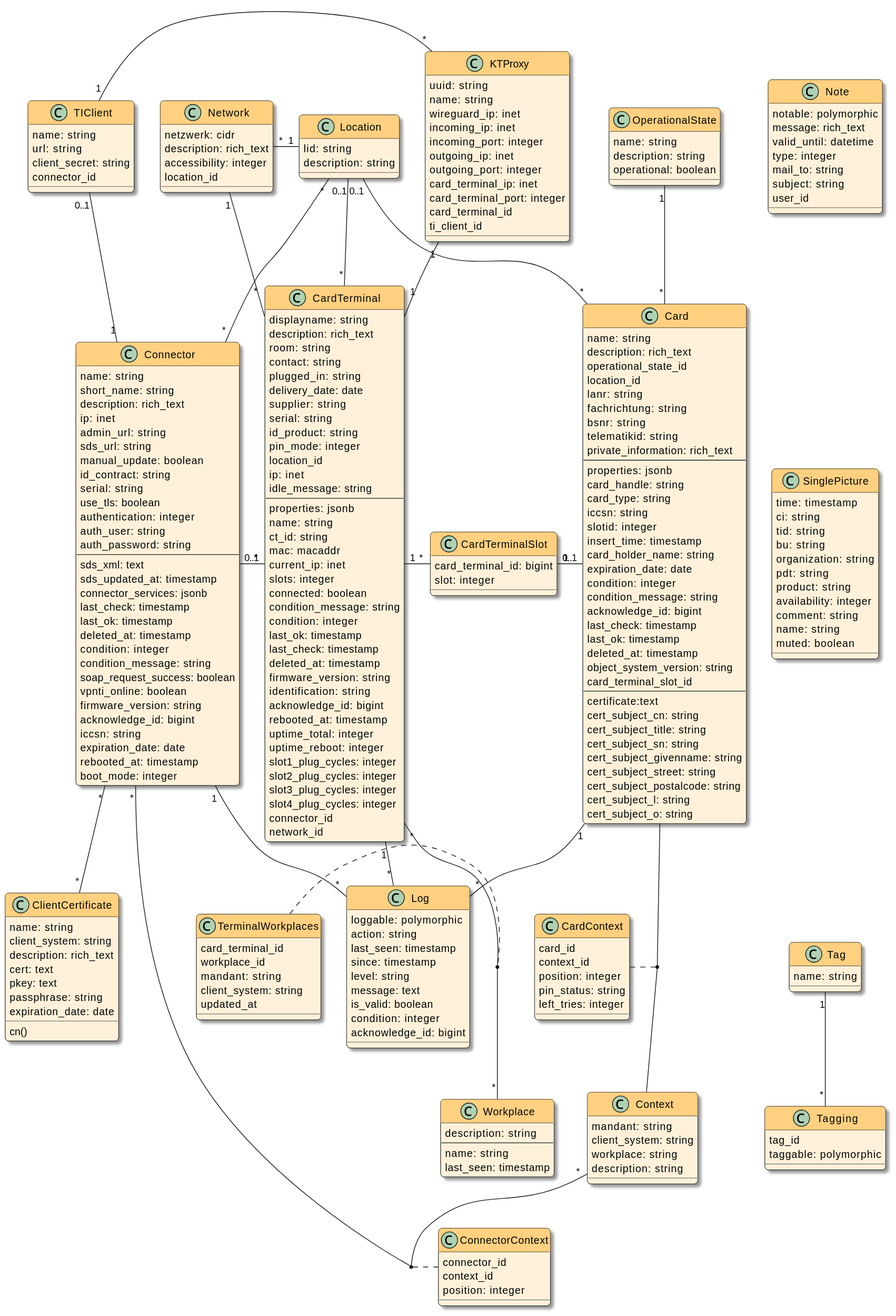
Earlier version of the PlantUML export docs/devnotes/_images/models.svg (swobspace/cocard).
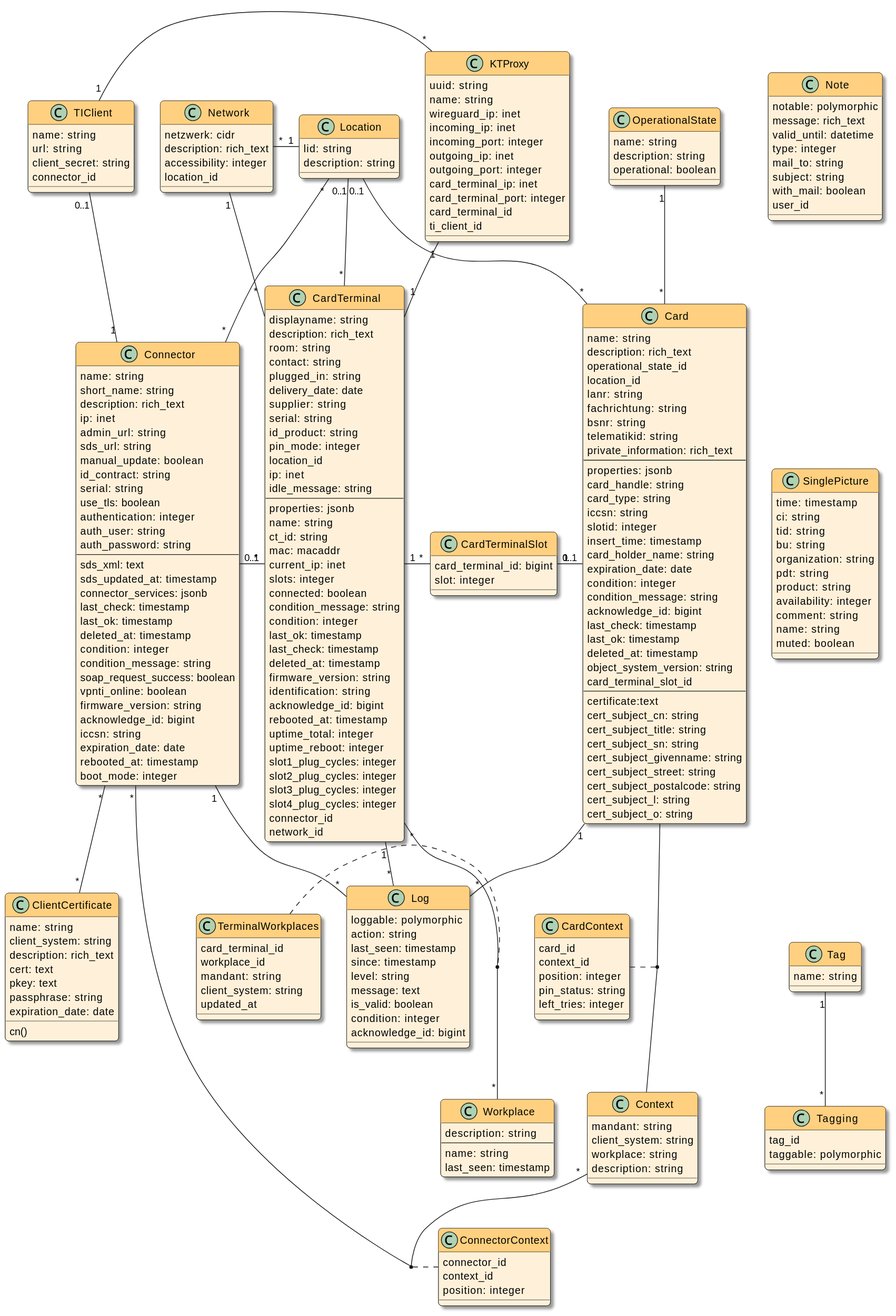
The same file after the commit.

The edit, as a diff of the source:
```diff
@@ -203,6 +203,7 @@
   type: integer
   mail_to: string
   subject: string
+  with_mail: boolean
   user_id
 }
 
```
